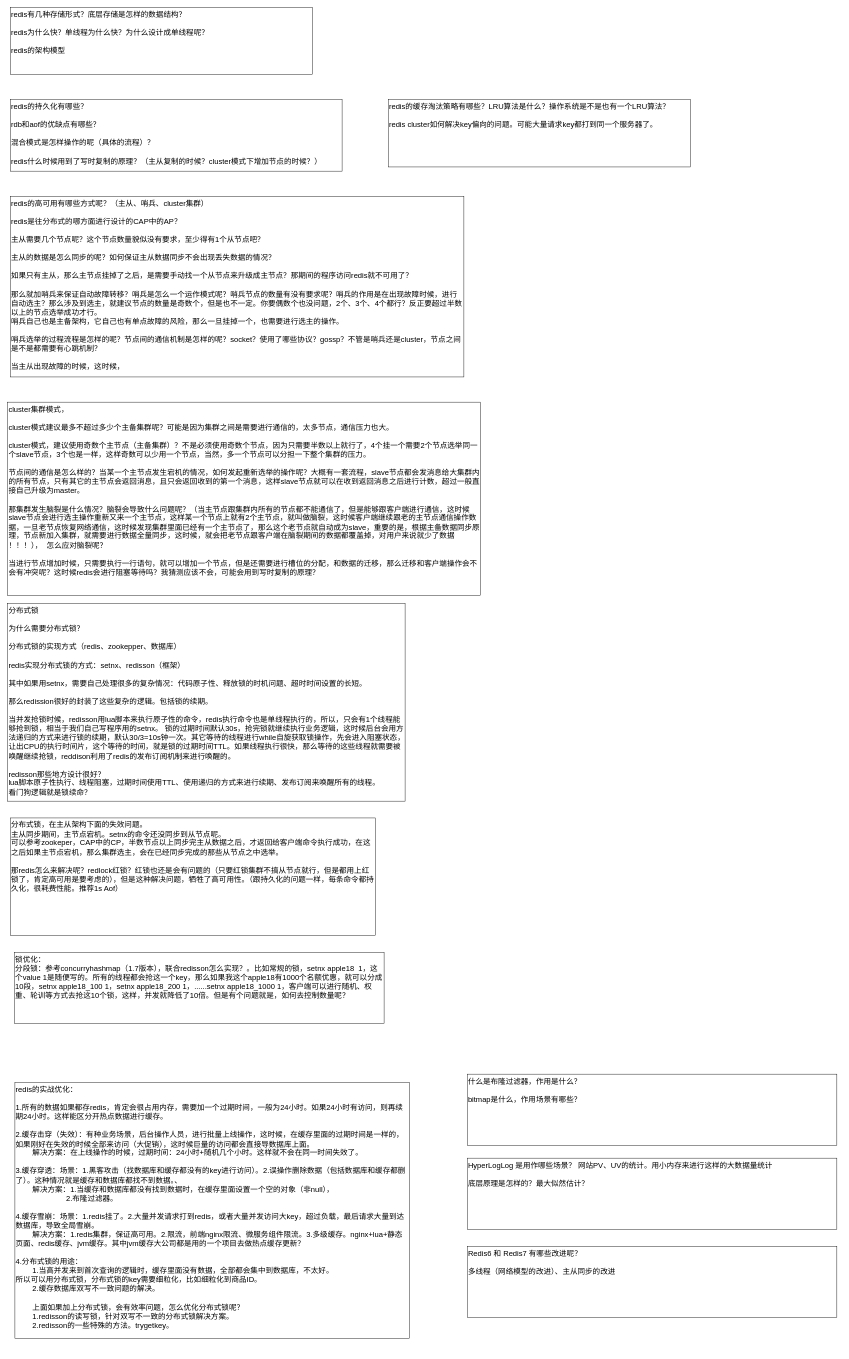
Earlier version of the draw.io diagram JAVA/Redis.drawio (KGwolf/MyDraw). Source tidied: cells renumbered, new cells numbered last; positions are measured from the earlier drawing's top-left corner, leaving out a move shared by most shapes. Both pictures are drawn from the tidied source at 42%, with x=0, y=0 at pixel (8, 7).
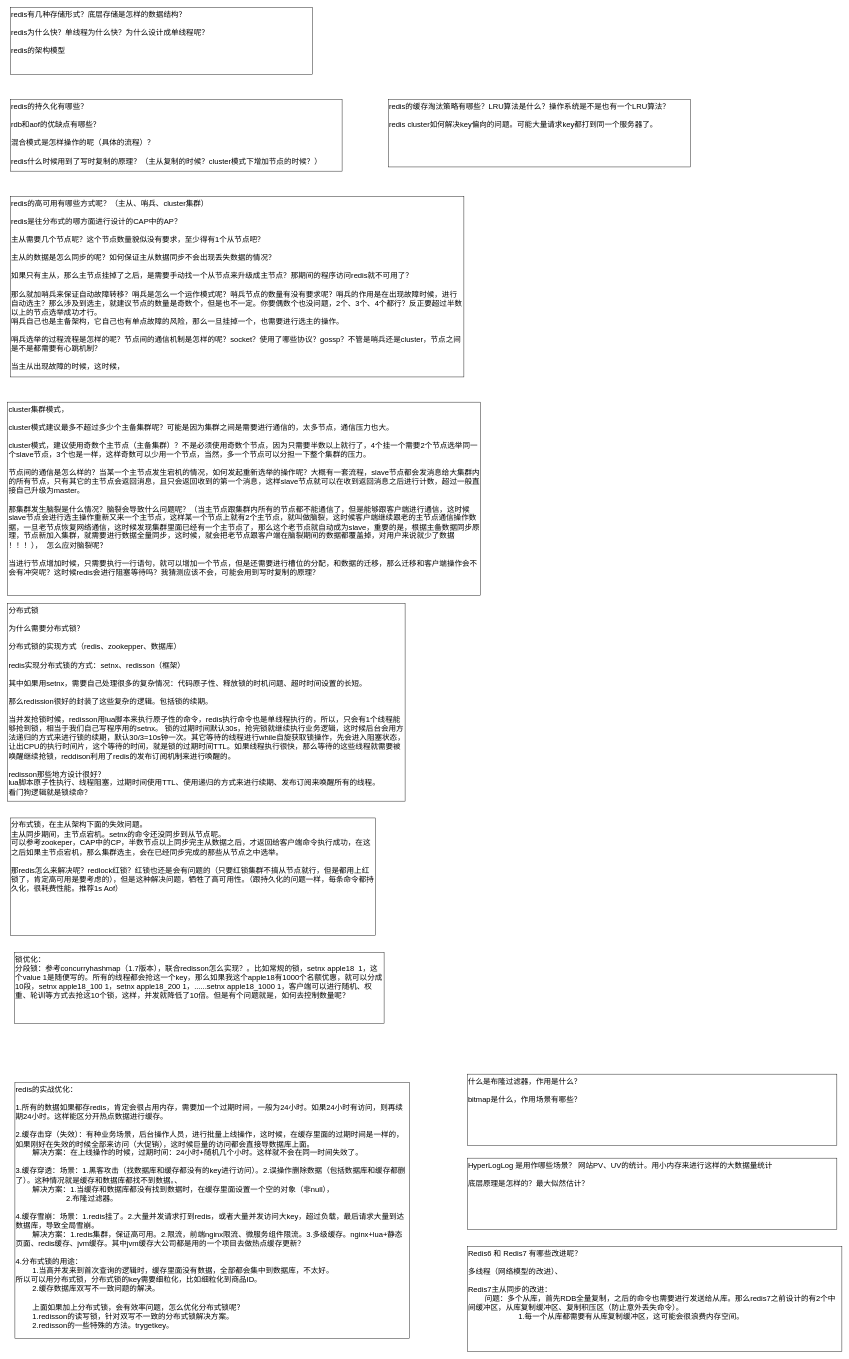
After the change.

Change to the diagram source:
```diff
@@
 <mxGraphModel>
   <root>
     <mxCell id="0" />
     <mxCell id="1" parent="0" />
     <mxCell id="2" value="redis有几种存储形式？底层存储是怎样的数据结构？&lt;br&gt;&lt;br&gt;redis为什么快？单线程为什么快？为什么设计成单线程呢？&lt;br&gt;&lt;br&gt;redis的架构模型" style="rounded=0;whiteSpace=wrap;html=1;fontSize=18;align=left;verticalAlign=top;" parent="1" vertex="1">
       <mxGeometry x="6" width="720" height="160" as="geometry" />
     </mxCell>
     <mxCell id="3" value="redis的持久化有哪些？&lt;br&gt;&lt;br&gt;rdb和aof的优缺点有哪些？&lt;br&gt;&lt;br&gt;混合模式是怎样操作的呢（具体的流程）？&lt;br&gt;&lt;br&gt;redis什么时候用到了写时复制的原理？（主从复制的时候？cluster模式下增加节点的时候？）" style="rounded=0;whiteSpace=wrap;html=1;fontSize=18;align=left;verticalAlign=top;" parent="1" vertex="1">
       <mxGeometry x="6" y="220" width="790" height="170" as="geometry" />
     </mxCell>
     <mxCell id="4" value="redis的高可用有哪些方式呢？（主从、哨兵、cluster集群）&lt;br&gt;&lt;br&gt;redis是往分布式的哪方面进行设计的CAP中的AP？&lt;br&gt;&lt;br&gt;主从需要几个节点呢？这个节点数量貌似没有要求，至少得有1个从节点吧？&lt;br&gt;&lt;br&gt;主从的数据是怎么同步的呢？如何保证主从数据同步不会出现丢失数据的情况？&lt;br&gt;&lt;br&gt;如果只有主从，那么主节点挂掉了之后，是需要手动找一个从节点来升级成主节点？那期间的程序访问redis就不可用了？&lt;br&gt;&lt;br&gt;那么就加哨兵来保证自动故障转移？哨兵是怎么一个运作模式呢？哨兵节点的数量有没有要求呢？哨兵的作用是在出现故障时候，进行自动选主？那么涉及到选主，就建议节点的数量是奇数个，但是也不一定。你要偶数个也没问题，2个、3个、4个都行？反正要超过半数以上的节点选举成功才行。&lt;br&gt;哨兵自己也是主备架构，它自己也有单点故障的风险，那么一旦挂掉一个，也需要进行选主的操作。&lt;br&gt;&lt;br&gt;哨兵选举的过程流程是怎样的呢？节点间的通信机制是怎样的呢？socket？使用了哪些协议？gossp？不管是哨兵还是cluster，节点之间是不是都需要有心跳机制？&lt;br&gt;&lt;br&gt;当主从出现故障的时候，这时候，" style="rounded=0;whiteSpace=wrap;html=1;fontSize=18;align=left;verticalAlign=top;" parent="1" vertex="1">
       <mxGeometry x="6" y="450" width="1080" height="430" as="geometry" />
     </mxCell>
     <mxCell id="5" value="redis的缓存淘汰策略有哪些？LRU算法是什么？操作系统是不是也有一个LRU算法？&lt;br&gt;&lt;br&gt;redis cluster如何解决key偏向的问题。可能大量请求key都打到同一个服务器了。" style="rounded=0;whiteSpace=wrap;html=1;fontSize=18;align=left;verticalAlign=top;" parent="1" vertex="1">
       <mxGeometry x="906" y="220" width="720" height="160" as="geometry" />
     </mxCell>
     <mxCell id="6" value="cluster集群模式，&lt;br&gt;&lt;br&gt;cluster模式建议最多不超过多少个主备集群呢？可能是因为集群之间是需要进行通信的，太多节点，通信压力也大。&lt;br&gt;&lt;br&gt;cluster模式，建议使用奇数个主节点（主备集群）？不是必须使用奇数个节点，因为只需要半数以上就行了，4个挂一个需要2个节点选举同一个slave节点，3个也是一样，这样奇数可以少用一个节点，当然，多一个节点可以分担一下整个集群的压力。&lt;br&gt;&lt;br&gt;节点间的通信是怎么样的？当某一个主节点发生宕机的情况，如何发起重新选举的操作呢？大概有一套流程，slave节点都会发消息给大集群内的所有节点，只有其它的主节点会返回消息，且只会返回收到的第一个消息，这样slave节点就可以在收到返回消息之后进行计数，超过一般直接自己升级为master。&lt;br&gt;&lt;br&gt;那集群发生脑裂是什么情况？脑裂会导致什么问题呢？（当主节点跟集群内所有的节点都不能通信了，但是能够跟客户端进行通信，这时候slave节点会进行选主操作重新又来一个主节点，这样某一个节点上就有2个主节点，就叫做脑裂，这时候客户端继续跟老的主节点通信操作数据，一旦老节点恢复网络通信，这时候发现集群里面已经有一个主节点了，那么这个老节点就自动成为slave，重要的是，根据主备数据同步原理，节点新加入集群，就需要进行数据全量同步，这时候，就会把老节点跟客户端在脑裂期间的数据都覆盖掉，对用户来说就少了数据&lt;br&gt;！！！），&amp;nbsp; 怎么应对脑裂呢？&lt;br&gt;&lt;br&gt;当进行节点增加时候，只需要执行一行语句，就可以增加一个节点，但是还需要进行槽位的分配，和数据的迁移，那么迁移和客户端操作会不会有冲突呢？这时候redis会进行阻塞等待吗？我猜测应该不会，可能会用到写时复制的原理？" style="rounded=0;whiteSpace=wrap;html=1;fontSize=18;align=left;verticalAlign=top;" parent="1" vertex="1">
       <mxGeometry x="-0.5" y="940" width="1126.5" height="460" as="geometry" />
     </mxCell>
     <mxCell id="7" value="分布式锁&lt;br&gt;&lt;br&gt;为什么需要分布式锁？&lt;br&gt;&lt;br&gt;分布式锁的实现方式（redis、zookepper、数据库）&lt;br&gt;&lt;br&gt;redis实现分布式锁的方式：setnx、redisson（框架）&lt;br&gt;&lt;br&gt;其中如果用setnx，需要自己处理很多的复杂情况：代码原子性、释放锁的时机问题、超时时间设置的长短。&lt;br&gt;&lt;br&gt;那么redission很好的封装了这些复杂的逻辑。包括锁的续期。&lt;br&gt;&lt;br&gt;当并发抢锁时候，redisson用lua脚本来执行原子性的命令，redis执行命令也是单线程执行的，所以，只会有1个线程能够抢到锁，相当于我们自己写程序用的setnx。 锁的过期时间默认30s，抢完锁就继续执行业务逻辑，这时候后台会用方法递归的方式来进行锁的续期，默认30/3=10s钟一次。其它等待的线程进行while自旋获取锁操作，先会进入阻塞状态，让出CPU的执行时间片，这个等待的时间，就是锁的过期时间TTL。如果线程执行很快，那么等待的这些线程就需要被唤醒继续抢锁，reddison利用了redis的发布订阅机制来进行唤醒的。&lt;br&gt;&lt;br&gt;redisson那些地方设计很好？&lt;br&gt;lua脚本原子性执行、线程阻塞，过期时间使用TTL、使用递归的方式来进行续期、发布订阅来唤醒所有的线程。&lt;br&gt;看门狗逻辑就是锁续命？" style="rounded=0;whiteSpace=wrap;html=1;fontSize=18;align=left;verticalAlign=top;" parent="1" vertex="1">
       <mxGeometry x="-0.5" y="1420" width="946.5" height="470" as="geometry" />
     </mxCell>
     <mxCell id="8" value="分布式锁，在主从架构下面的失效问题。&lt;br&gt;主从同步期间，主节点宕机。setnx的命令还没同步到从节点呢。&lt;br&gt;可以参考zookeper，CAP中的CP，半数节点以上同步完主从数据之后，才返回给客户端命令执行成功，在这之后如果主节点宕机，那么集群选主，会在已经同步完成的那些从节点之中选举。&lt;br&gt;&lt;br&gt;那redis怎么来解决呢？redlock红锁？红锁也还是会有问题的（只要红锁集群不搞从节点就行，但是都用上红锁了，肯定高可用是要考虑的），但是这种解决问题，牺牲了高可用性。（跟持久化的问题一样，每条命令都持久化，很耗费性能。推荐1s Aof）" style="rounded=0;whiteSpace=wrap;html=1;fontSize=18;align=left;verticalAlign=top;" parent="1" vertex="1">
       <mxGeometry x="6" y="1930" width="870" height="280" as="geometry" />
     </mxCell>
     <mxCell id="9" value="锁优化：&lt;br&gt;分段锁：参考concurryhashmap（1.7版本），联合redisson怎么实现？。比如常规的锁，setnx apple18&amp;nbsp; 1，这个value 1是随便写的。所有的线程都会抢这一个key，那么如果我这个apple18有1000个名额优惠，就可以分成10段，setnx apple18_100 1，setnx apple18_200 1，......setnx apple18_1000 1，客户端可以进行随机、权重、轮训等方式去抢这10个锁，这样，并发就降低了10倍。但是有个问题就是，如何去控制数量呢？" style="rounded=0;whiteSpace=wrap;html=1;fontSize=18;align=left;verticalAlign=top;" parent="1" vertex="1">
       <mxGeometry x="16" y="2250" width="880" height="170" as="geometry" />
     </mxCell>
     <mxCell id="10" value="redis的实战优化：&lt;br&gt;&lt;br&gt;1.所有的数据如果都存redis，肯定会很占用内存，需要加一个过期时间，一般为24小时。如果24小时有访问，则再续期24小时。这样能区分开热点数据进行缓存。&lt;br&gt;&lt;br&gt;2.缓存击穿（失效）：有种业务场景，后台操作人员，进行批量上线操作，这时候，在缓存里面的过期时间是一样的，如果刚好在失效的时候全部来访问（大促销），这时候巨量的访问都会直接导数据库上面。&lt;br&gt;&lt;span style=&quot;white-space: pre;&quot;&gt;&#9;&lt;/span&gt;解决方案：在上线操作的时候，过期时间：24小时+随机几个小时。这样就不会在同一时间失效了。&lt;br&gt;&lt;br&gt;3.缓存穿透：场景：1.黑客攻击（找数据库和缓存都没有的key进行访问）。2.误操作删除数据（包括数据库和缓存都删了）。这种情况就是缓存和数据库都找不到数据。、&lt;br&gt;&lt;span style=&quot;white-space: pre;&quot;&gt;&#9;&lt;/span&gt;解决方案：1.当缓存和数据库都没有找到数据时，在缓存里面设置一个空的对象（非null），&lt;br&gt;&lt;span style=&quot;white-space: pre;&quot;&gt;&#9;&lt;/span&gt;&lt;span style=&quot;white-space: pre;&quot;&gt;&#9;&lt;/span&gt;&lt;span style=&quot;white-space: pre;&quot;&gt;&#9;&lt;/span&gt;2.布隆过滤器。&lt;br&gt;&lt;br&gt;4.缓存雪崩：场景：1.redis挂了。2.大量并发请求打到redis，或者大量并发访问大key，超过负载，最后请求大量到达数据库，导致全局雪崩。&lt;br&gt;&lt;span style=&quot;white-space: pre;&quot;&gt;&#9;&lt;/span&gt;解决方案：1.redis集群，保证高可用。2.限流，前端nginx限流、微服务组件限流。3.多级缓存。nginx+lua+静态页面、redis缓存、jvm缓存。其中jvm缓存大公司都是用的一个项目去做热点缓存更新？&lt;br&gt;&lt;br&gt;4.分布式锁的用途：&lt;br&gt;&lt;span style=&quot;white-space: pre;&quot;&gt;&#9;&lt;/span&gt;1.当高并发来到首次查询的逻辑时，缓存里面没有数据，全部都会集中到数据库，不太好。&lt;br&gt;所以可以用分布式锁，分布式锁的key需要细粒化，比如细粒化到商品ID。&lt;br&gt;&lt;span style=&quot;white-space: pre;&quot;&gt;&#9;&lt;/span&gt;2.缓存数据库双写不一致问题的解决。&lt;br&gt;&lt;br&gt;&lt;span style=&quot;white-space: pre;&quot;&gt;&#9;&lt;/span&gt;上面如果加上分布式锁，会有效率问题，怎么优化分布式锁呢？&lt;br&gt;&lt;span style=&quot;white-space: pre;&quot;&gt;&#9;&lt;/span&gt;1.redisson的读写锁，针对双写不一致的分布式锁解决方案。&lt;br&gt;&lt;span style=&quot;white-space: pre;&quot;&gt;&#9;&lt;/span&gt;2.redisson的一些特殊的方法。trygetkey。" style="rounded=0;whiteSpace=wrap;html=1;fontSize=18;align=left;verticalAlign=top;" parent="1" vertex="1">
       <mxGeometry x="17" y="2560" width="939" height="610" as="geometry" />
     </mxCell>
     <mxCell id="11" value="什么是布隆过滤器，作用是什么？&lt;br&gt;&lt;br&gt;bitmap是什么，作用场景有哪些？&lt;br&gt;" style="rounded=0;whiteSpace=wrap;html=1;fontSize=18;align=left;verticalAlign=top;" parent="1" vertex="1">
       <mxGeometry x="1094" y="2540" width="880" height="170" as="geometry" />
     </mxCell>
     <mxCell id="12" value="HyperLogLog 是用作哪些场景？ 网站PV、UV的统计。用小内存来进行这样的大数据量统计&lt;br&gt;&lt;br&gt;底层原理是怎样的？最大似然估计？" style="rounded=0;whiteSpace=wrap;html=1;fontSize=18;align=left;verticalAlign=top;" parent="1" vertex="1">
       <mxGeometry x="1094" y="2740" width="880" height="170" as="geometry" />
     </mxCell>
-    <mxCell id="13" value="Redis6 和 Redis7 有哪些改进呢？&lt;br&gt;&lt;br&gt;多线程（网络模型的改进）、主从同步的改进" style="rounded=0;whiteSpace=wrap;html=1;fontSize=18;align=left;verticalAlign=top;" parent="1" vertex="1">
-      <mxGeometry x="1094" y="2950" width="880" height="170" as="geometry" />
+    <mxCell id="13" value="Redis6 和 Redis7 有哪些改进呢？&lt;br&gt;&lt;br&gt;多线程（网络模型的改进）、&lt;br&gt;&lt;br&gt;Redis7主从同步的改进：&lt;br&gt;&lt;span style=&quot;white-space: pre;&quot;&gt;&#9;&lt;/span&gt;问题：多个从库，首先RDB全量复制，之后的命令也需要进行发送给从库。那么redis7之前设计的有2个中间缓冲区，从库复制缓冲区、复制积压区（防止意外丢失命令）。&lt;br&gt;&lt;span style=&quot;white-space: pre;&quot;&gt;&#9;&lt;/span&gt;&lt;span style=&quot;white-space: pre;&quot;&gt;&#9;&lt;/span&gt;&lt;span style=&quot;white-space: pre;&quot;&gt;&#9;&lt;/span&gt;1.每一个从库都需要有从库复制缓冲区，这可能会很浪费内存空间。" style="rounded=0;whiteSpace=wrap;html=1;fontSize=18;align=left;verticalAlign=top;" parent="1" vertex="1">
+      <mxGeometry x="1094" y="2950" width="892" height="250" as="geometry" />
     </mxCell>
   </root>
 </mxGraphModel>
```
